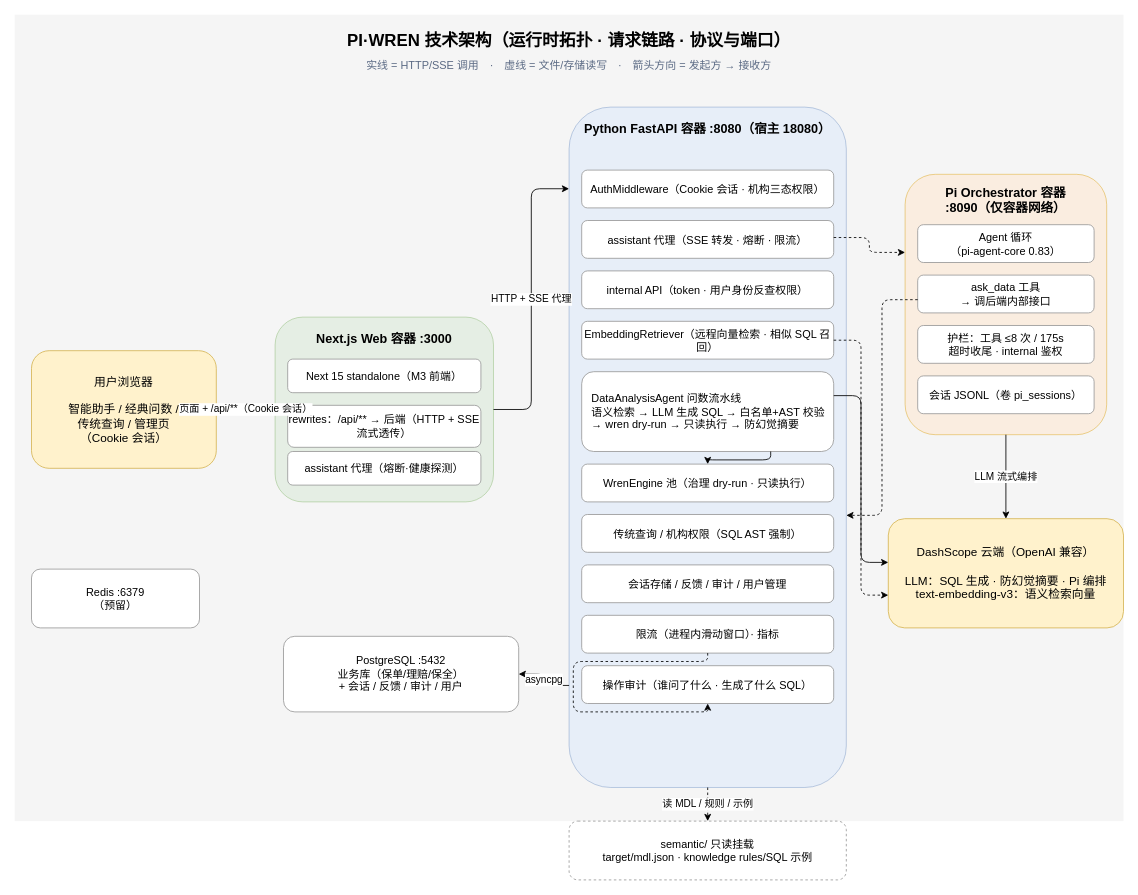
PenguinAlston/pi-wren-platform keeps this draw.io diagram as docs/technical-architecture.drawio. Above is the earlier version. Source tidied: cells renumbered, new cells numbered last; positions are measured from the earlier drawing's top-left corner, leaving out a move shared by most shapes. Both pictures are drawn from the tidied source at 84%, with x=0, y=0 at pixel (14, 14).
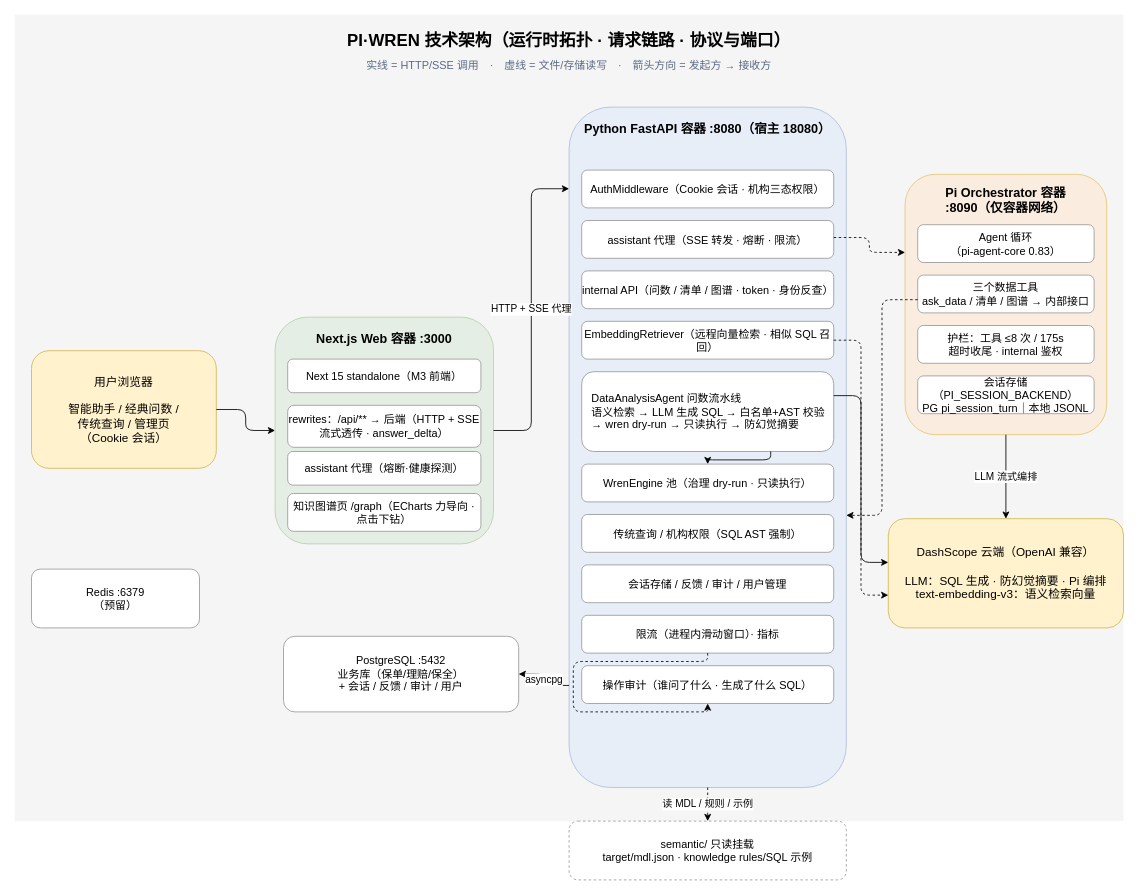
Above is the later version.

Commit message (it also covers changes not shown here):
docs: refresh both architecture diagrams for m2 tools, pg sessions, graph page and streaming

Unchanged cells that the change refers to:
```xml
<mxCell id="5" value="用户浏览器&#10;&#10;智能助手 / 经典问数 /&#10;传统查询 / 管理页&#10;（Cookie 会话）" style="rounded=1;whiteSpace=wrap;html=1;fillColor=#fff2cc;strokeColor=#d6b656;fontSize=14;" parent="1" vertex="1">
  <mxGeometry x="20" y="400" width="220" height="140" as="geometry" />
</mxCell>
```

What changed in the source:
```diff
@@
     <mxCell id="6" style="rounded=1;whiteSpace=wrap;html=1;fillColor=#d5e8d4;strokeColor=#82b366;opacity=50;" parent="1" vertex="1">
-      <mxGeometry x="310" y="360" width="260" height="220" as="geometry" />
+      <mxGeometry x="310" y="360" width="260" height="270" as="geometry" />
     </mxCell>
@@
-    <mxCell id="9" value="rewrites：/api/** → 后端（HTTP + SSE 流式透传）" style="rounded=1;whiteSpace=wrap;html=1;fillColor=#ffffff;strokeColor=#999999;fontSize=13;" parent="1" vertex="1">
+    <mxCell id="9" value="rewrites：/api/** → 后端（HTTP + SSE 流式透传 · answer_delta）" style="rounded=1;whiteSpace=wrap;html=1;fillColor=#ffffff;strokeColor=#999999;fontSize=13;" parent="1" vertex="1">
       <mxGeometry x="325" y="465" width="230" height="50" as="geometry" />
     </mxCell>
@@
+    <mxCell id="44" value="知识图谱页 /graph（ECharts 力导向 · 点击下钻）" style="rounded=1;whiteSpace=wrap;html=1;fillColor=#ffffff;strokeColor=#999999;fontSize=13;" parent="1" vertex="1">
+      <mxGeometry x="325" y="570" width="230" height="45" as="geometry" />
+    </mxCell>
@@
-    <mxCell id="15" value="internal API（token · 用户身份反查权限）" style="rounded=1;whiteSpace=wrap;html=1;fillColor=#ffffff;strokeColor=#999999;fontSize=13;" parent="1" vertex="1">
+    <mxCell id="15" value="internal API（问数 / 清单 / 图谱 · token · 身份反查）" style="rounded=1;whiteSpace=wrap;html=1;fillColor=#ffffff;strokeColor=#999999;fontSize=13;" parent="1" vertex="1">
       <mxGeometry x="675" y="305" width="300" height="45" as="geometry" />
     </mxCell>
@@
-    <mxCell id="27" value="ask_data 工具&#10;→ 调后端内部接口" style="rounded=1;whiteSpace=wrap;html=1;fillColor=#ffffff;strokeColor=#999999;fontSize=13;" parent="1" vertex="1">
+    <mxCell id="27" value="三个数据工具&#10;ask_data / 清单 / 图谱 → 内部接口" style="rounded=1;whiteSpace=wrap;html=1;fillColor=#ffffff;strokeColor=#999999;fontSize=13;" parent="1" vertex="1">
       <mxGeometry x="1075" y="310" width="210" height="45" as="geometry" />
     </mxCell>
@@
-    <mxCell id="29" value="会话 JSONL（卷 pi_sessions）" style="rounded=1;whiteSpace=wrap;html=1;fillColor=#ffffff;strokeColor=#999999;fontSize=13;" parent="1" vertex="1">
+    <mxCell id="29" value="会话存储（PI_SESSION_BACKEND）&#10;PG pi_session_turn｜本地 JSONL" style="rounded=1;whiteSpace=wrap;html=1;fillColor=#ffffff;strokeColor=#999999;fontSize=13;" parent="1" vertex="1">
       <mxGeometry x="1075" y="430" width="210" height="45" as="geometry" />
     </mxCell>
@@
-    <mxCell id="34" value="页面 + /api/**（Cookie 会话）" style="edgeStyle=orthogonalEdgeStyle;rounded=1;html=1;fontSize=12;exitX=1;exitY=0.5;entryX=0;entryY=0.5;" parent="1" edge="1" source="5" target="6">
+    <mxCell id="34" style="edgeStyle=orthogonalEdgeStyle;rounded=1;html=1;exitX=1;exitY=0.5;entryX=0;entryY=0.5;" parent="1" edge="1" source="5" target="6">
       <mxGeometry relative="1" as="geometry" />
     </mxCell>
```
